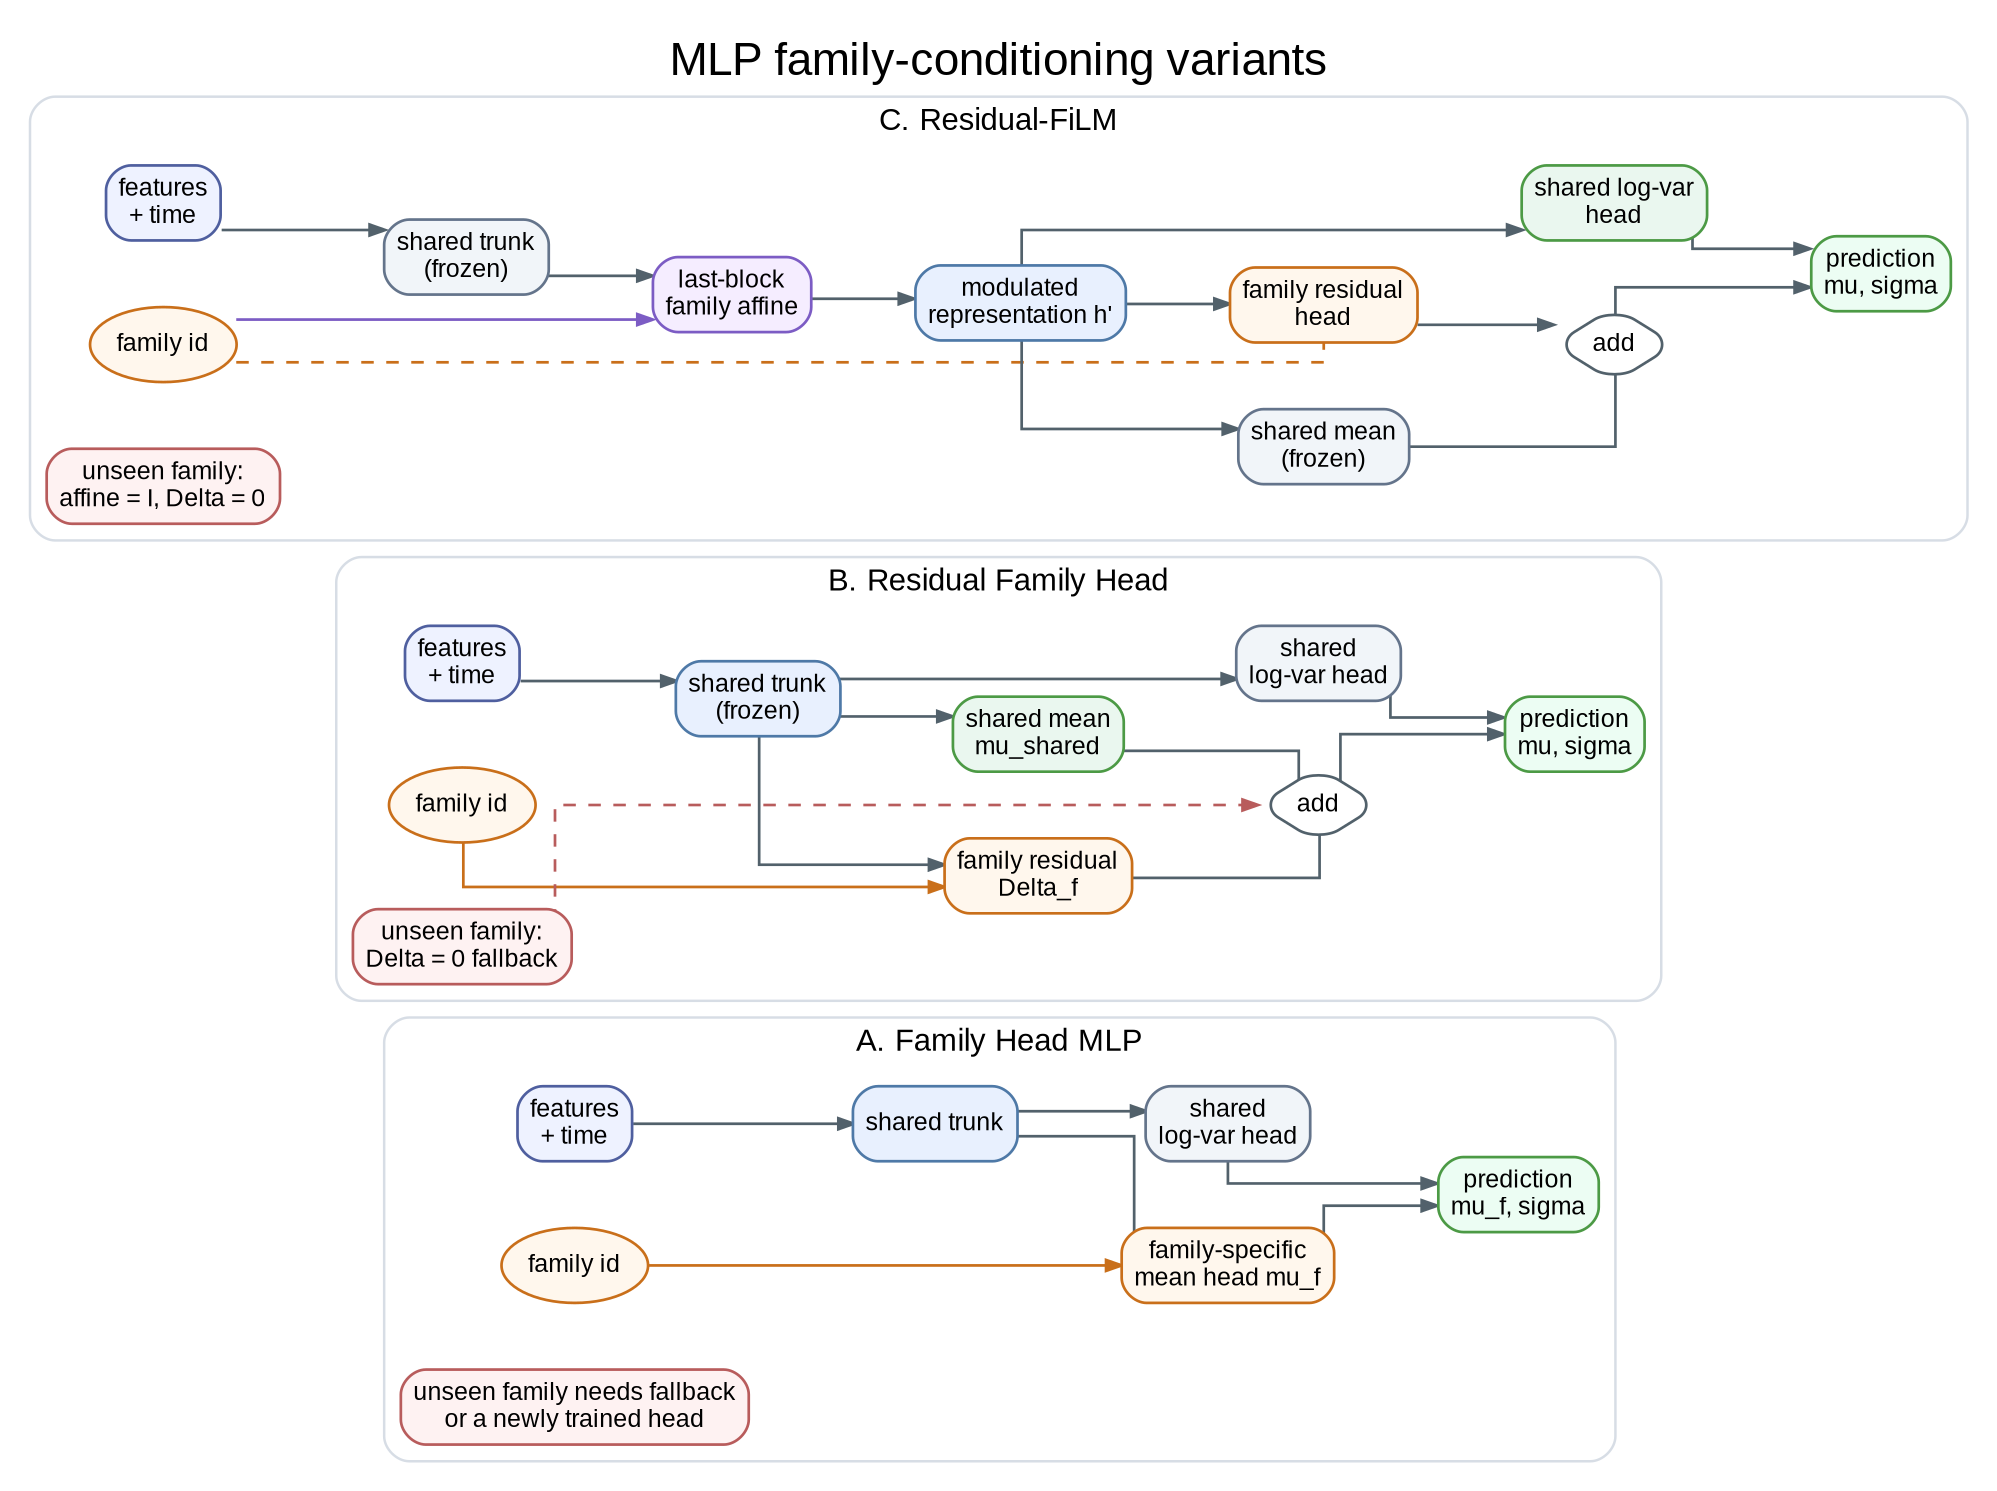
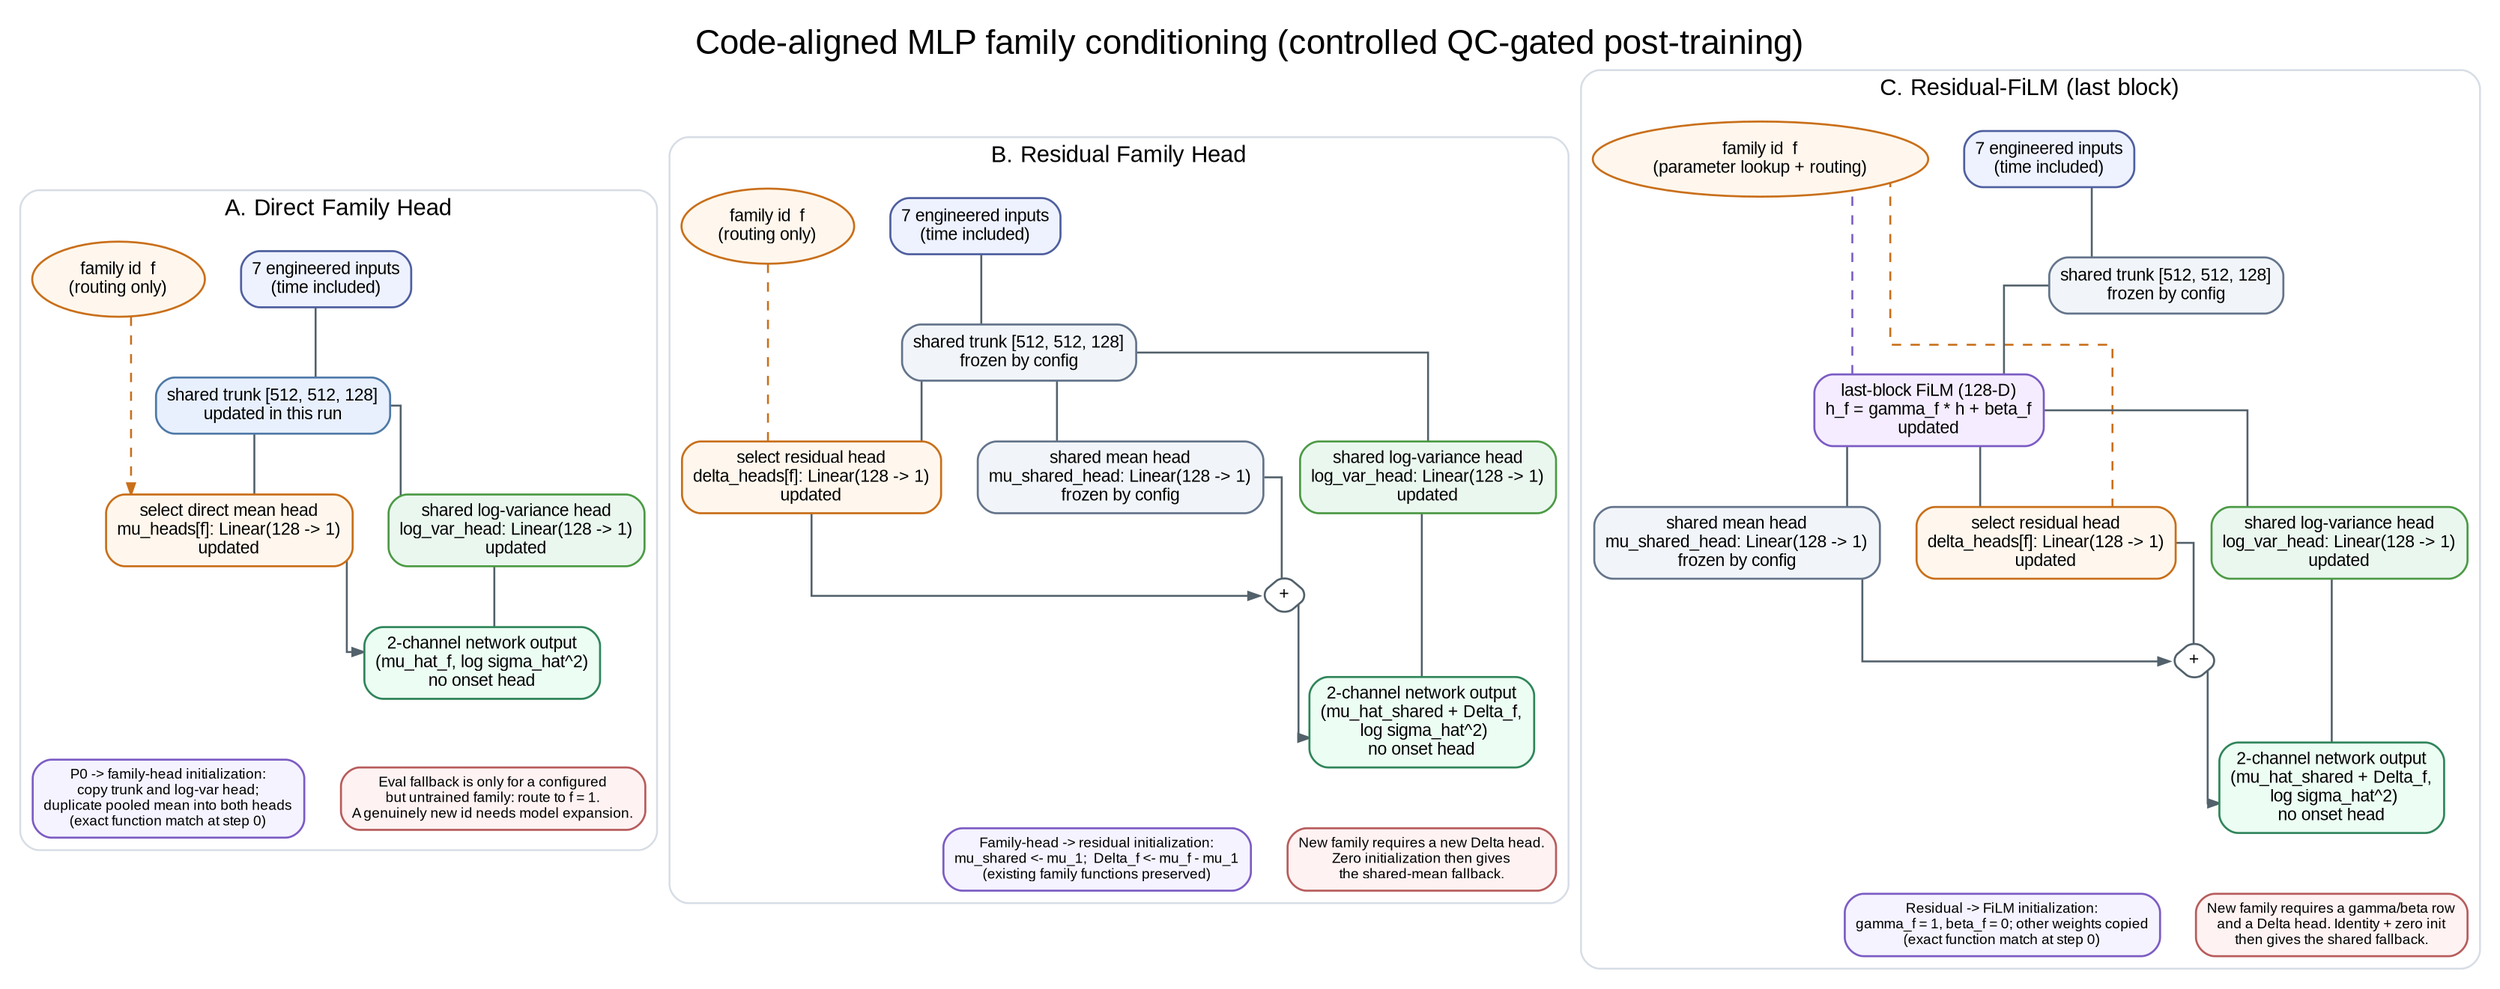
digraph MLPFamilyConditioning {
  graph [
-     rankdir=LR,
+     rankdir=TB,
    bgcolor="white",
-     pad="0.20",
-     nodesep="0.45",
-     ranksep="0.70",
+     pad="0.18",
+     nodesep="0.32",
+     ranksep="0.54",
    splines=ortho,
    pack=true,
    packmode="array_u3",
    outputorder=edgesfirst,
    fontname="Arial",
-     label="MLP family-conditioning variants",
+     label="Code-aligned MLP family conditioning (controlled QC-gated post-training)",
    labelloc=t,
    fontsize=22
  ];

  node [
    shape=box,
    style="rounded,filled",
    fontname="Arial",
-     fontsize=12,
+     fontsize=11,
    color="#52616b",
    penwidth=1.3,
    fillcolor="#f8fafc",
-     margin="0.09,0.06"
+     margin="0.10,0.07"
  ];

  edge [
    color="#52616b",
-     arrowsize=0.75,
-     penwidth=1.3,
+     arrowsize=0.72,
+     penwidth=1.25,
    fontname="Arial",
-     fontsize=10
+     fontsize=9
  ];

+   // The model returns exactly two channels: normalized mean and log-variance.
+   // family_id is appended as the last input channel, stripped before the trunk,
+   // and used only for routing / family-parameter lookup.
+ 
  subgraph cluster_family_head {
-     label="A. Family Head MLP";
+     label="A. Direct Family Head";
    color="#d7dde5";
    penwidth=1.2;
    style="rounded";
    fontname="Arial";
    fontsize=15;

-     fh_input [label="features\n+ time", fillcolor="#eef2ff", color="#4f5f9f"];
-     fh_family [label="family id", shape=ellipse, fillcolor="#fff7ed", color="#c96f1a"];
-     fh_trunk [label="shared trunk", fillcolor="#e8f0fe", color="#4e79a7"];
-     fh_heads [label="family-specific\nmean head mu_f", fillcolor="#fff7ed", color="#c96f1a"];
-     fh_var [label="shared\nlog-var head", fillcolor="#f1f5f9", color="#64748b"];
-     fh_out [label="prediction\nmu_f, sigma", fillcolor="#ecfdf3", color="#4c9a45"];
-     fh_note [label="unseen family needs fallback\nor a newly trained head", fillcolor="#fef2f2", color="#b85c5c"];
+     fh_input [label="7 engineered inputs\n(time included)", fillcolor="#eef2ff", color="#4f5f9f"];
+     fh_family [label="family id  f\n(routing only)", shape=ellipse, fillcolor="#fff7ed", color="#c96f1a"];
+     fh_trunk [label="shared trunk [512, 512, 128]\nupdated in this run", fillcolor="#e8f0fe", color="#4e79a7"];
+     fh_heads [label="select direct mean head\nmu_heads[f]: Linear(128 -> 1)\nupdated", fillcolor="#fff7ed", color="#c96f1a"];
+     fh_var [label="shared log-variance head\nlog_var_head: Linear(128 -> 1)\nupdated", fillcolor="#eaf7ef", color="#4c9a45"];
+     fh_out [label="2-channel network output\n(mu_hat_f, log sigma_hat^2)\nno onset head", fillcolor="#ecfdf3", color="#2f855a"];
+     fh_init [label="P0 -> family-head initialization:\ncopy trunk and log-var head;\nduplicate pooled mean into both heads\n(exact function match at step 0)", fillcolor="#f5f3ff", color="#7c5cc4", fontsize=9];
+     fh_note [label="Eval fallback is only for a configured\nbut untrained family: route to f = 1.\nA genuinely new id needs model expansion.", fillcolor="#fef2f2", color="#b85c5c", fontsize=9];

    { rank=same; fh_input; fh_family; }
+     { rank=same; fh_heads; fh_var; }
+     { rank=same; fh_init; fh_note; }
+ 
    fh_input:e -> fh_trunk:w;
-     fh_family:e -> fh_heads:w [color="#c96f1a", constraint=false];
    fh_trunk:e -> fh_heads:w;
    fh_trunk:e -> fh_var:w;
-     fh_heads:e -> fh_out:w;
-     fh_var:e -> fh_out:w;
-     // No deployment arrow here: the absence of a clean unseen-family fallback
-     // is the family-head caveat.
+     fh_family:s -> fh_heads:n [color="#c96f1a", style=dashed, xlabel="select f"];
+     fh_heads:e -> fh_out:w [xlabel="mu_hat"];
+     fh_var:e -> fh_out:w [xlabel="log-var"];
+     fh_out:s -> fh_init:n [style=invis];
+     fh_out:s -> fh_note:n [style=invis];
  }

  subgraph cluster_residual_fh {
    label="B. Residual Family Head";
    color="#d7dde5";
    penwidth=1.2;
    style="rounded";
    fontname="Arial";
    fontsize=15;

-     rfh_input [label="features\n+ time", fillcolor="#eef2ff", color="#4f5f9f"];
-     rfh_family [label="family id", shape=ellipse, fillcolor="#fff7ed", color="#c96f1a"];
-     rfh_trunk [label="shared trunk\n(frozen)", fillcolor="#e8f0fe", color="#4e79a7"];
-     rfh_shared [label="shared mean\nmu_shared", fillcolor="#eaf7ef", color="#4c9a45"];
-     rfh_delta [label="family residual\nDelta_f", fillcolor="#fff7ed", color="#c96f1a"];
-     rfh_sum [label="add", shape=diamond, fillcolor="#ffffff", color="#52616b"];
-     rfh_var [label="shared\nlog-var head", fillcolor="#f1f5f9", color="#64748b"];
-     rfh_out [label="prediction\nmu, sigma", fillcolor="#ecfdf3", color="#4c9a45"];
-     rfh_note [label="unseen family:\nDelta = 0 fallback", fillcolor="#fef2f2", color="#b85c5c"];
+     rfh_input [label="7 engineered inputs\n(time included)", fillcolor="#eef2ff", color="#4f5f9f"];
+     rfh_family [label="family id  f\n(routing only)", shape=ellipse, fillcolor="#fff7ed", color="#c96f1a"];
+     rfh_trunk [label="shared trunk [512, 512, 128]\nfrozen by config", fillcolor="#f1f5f9", color="#64748b"];
+     rfh_shared [label="shared mean head\nmu_shared_head: Linear(128 -> 1)\nfrozen by config", fillcolor="#f1f5f9", color="#64748b"];
+     rfh_delta [label="select residual head\ndelta_heads[f]: Linear(128 -> 1)\nupdated", fillcolor="#fff7ed", color="#c96f1a"];
+     rfh_sum [label="+", shape=diamond, fillcolor="#ffffff", color="#52616b", width=0.45, height=0.38, margin="0.02,0.01"];
+     rfh_var [label="shared log-variance head\nlog_var_head: Linear(128 -> 1)\nupdated", fillcolor="#eaf7ef", color="#4c9a45"];
+     rfh_out [label="2-channel network output\n(mu_hat_shared + Delta_f,\n log sigma_hat^2)\nno onset head", fillcolor="#ecfdf3", color="#2f855a"];
+     rfh_init [label="Family-head -> residual initialization:\nmu_shared <- mu_1;  Delta_f <- mu_f - mu_1\n(existing family functions preserved)", fillcolor="#f5f3ff", color="#7c5cc4", fontsize=9];
+     rfh_note [label="New family requires a new Delta head.\nZero initialization then gives\nthe shared-mean fallback.", fillcolor="#fef2f2", color="#b85c5c", fontsize=9];

    { rank=same; rfh_input; rfh_family; }
+     { rank=same; rfh_shared; rfh_delta; rfh_var; }
+     { rank=same; rfh_init; rfh_note; }
+ 
    rfh_input:e -> rfh_trunk:w;
-     rfh_family:e -> rfh_delta:w [color="#c96f1a", constraint=false];
    rfh_trunk:e -> rfh_shared:w;
    rfh_trunk:e -> rfh_delta:w;
+     rfh_trunk:e -> rfh_var:w;
+     rfh_family:e -> rfh_delta:w [color="#c96f1a", style=dashed, xlabel="select f", constraint=false];
    rfh_shared:e -> rfh_sum:w;
    rfh_delta:e -> rfh_sum:w;
-     rfh_sum:e -> rfh_out:w;
-     rfh_trunk:e -> rfh_var:w;
-     rfh_var:e -> rfh_out:w;
-     rfh_note:e -> rfh_sum:w [style=dashed, color="#b85c5c", constraint=false, xlabel="Delta=0"];
+     rfh_sum:e -> rfh_out:w [xlabel="mu_hat"];
+     rfh_var:e -> rfh_out:w [xlabel="log-var"];
+     rfh_out:s -> rfh_init:n [style=invis];
+     rfh_out:s -> rfh_note:n [style=invis];
  }

  subgraph cluster_residual_film {
-     label="C. Residual-FiLM";
+     label="C. Residual-FiLM (last block)";
    color="#d7dde5";
    penwidth=1.2;
    style="rounded";
    fontname="Arial";
    fontsize=15;

-     film_input [label="features\n+ time", fillcolor="#eef2ff", color="#4f5f9f"];
-     film_family [label="family id", shape=ellipse, fillcolor="#fff7ed", color="#c96f1a"];
-     film_trunk_a [label="shared trunk\n(frozen)", fillcolor="#f1f5f9", color="#64748b"];
-     film_adapter [label="last-block\nfamily affine", fillcolor="#f5edff", color="#7c5cc4"];
-     film_trunk_b [label="modulated\nrepresentation h'", fillcolor="#e8f0fe", color="#4e79a7"];
-     film_shared [label="shared mean\n(frozen)", fillcolor="#f1f5f9", color="#64748b"];
-     film_delta [label="family residual\nhead", fillcolor="#fff7ed", color="#c96f1a"];
-     film_sum [label="add", shape=diamond, fillcolor="#ffffff", color="#52616b"];
-     film_var [label="shared log-var\nhead", fillcolor="#eaf7ef", color="#4c9a45"];
-     film_out [label="prediction\nmu, sigma", fillcolor="#ecfdf3", color="#4c9a45"];
-     film_note [label="unseen family:\naffine = I, Delta = 0", fillcolor="#fef2f2", color="#b85c5c"];
+     film_input [label="7 engineered inputs\n(time included)", fillcolor="#eef2ff", color="#4f5f9f"];
+     film_family [label="family id  f\n(parameter lookup + routing)", shape=ellipse, fillcolor="#fff7ed", color="#c96f1a"];
+     film_trunk [label="shared trunk [512, 512, 128]\nfrozen by config", fillcolor="#f1f5f9", color="#64748b"];
+     film_adapter [label="last-block FiLM (128-D)\nh_f = gamma_f * h + beta_f\nupdated", fillcolor="#f5edff", color="#7c5cc4"];
+     film_shared [label="shared mean head\nmu_shared_head: Linear(128 -> 1)\nfrozen by config", fillcolor="#f1f5f9", color="#64748b"];
+     film_delta [label="select residual head\ndelta_heads[f]: Linear(128 -> 1)\nupdated", fillcolor="#fff7ed", color="#c96f1a"];
+     film_sum [label="+", shape=diamond, fillcolor="#ffffff", color="#52616b", width=0.45, height=0.38, margin="0.02,0.01"];
+     film_var [label="shared log-variance head\nlog_var_head: Linear(128 -> 1)\nupdated", fillcolor="#eaf7ef", color="#4c9a45"];
+     film_out [label="2-channel network output\n(mu_hat_shared + Delta_f,\n log sigma_hat^2)\nno onset head", fillcolor="#ecfdf3", color="#2f855a"];
+     film_init [label="Residual -> FiLM initialization:\ngamma_f = 1, beta_f = 0; other weights copied\n(exact function match at step 0)", fillcolor="#f5f3ff", color="#7c5cc4", fontsize=9];
+     film_note [label="New family requires a gamma/beta row\nand a Delta head. Identity + zero init\nthen gives the shared fallback.", fillcolor="#fef2f2", color="#b85c5c", fontsize=9];

    { rank=same; film_input; film_family; }
-     film_input:e -> film_trunk_a:w;
-     film_family:e -> film_adapter:w [color="#7c5cc4", constraint=false];
-     film_family:e -> film_delta:w [style=dashed, color="#c96f1a", constraint=false];
-     film_trunk_a:e -> film_adapter:w;
-     film_adapter:e -> film_trunk_b:w;
-     film_trunk_b:e -> film_shared:w;
-     film_trunk_b:e -> film_delta:w;
-     film_trunk_b:e -> film_var:w;
+     { rank=same; film_shared; film_delta; film_var; }
+     { rank=same; film_init; film_note; }
+ 
+     film_input:e -> film_trunk:w;
+     film_trunk:e -> film_adapter:w;
+     film_family:e -> film_adapter:w [color="#7c5cc4", style=dashed, xlabel="gamma_f, beta_f", constraint=false];
+     film_adapter:e -> film_shared:w;
+     film_adapter:e -> film_delta:w;
+     film_adapter:e -> film_var:w;
+     film_family:e -> film_delta:w [color="#c96f1a", style=dashed, xlabel="select f", constraint=false];
    film_shared:e -> film_sum:w;
    film_delta:e -> film_sum:w;
-     film_sum:e -> film_out:w;
-     film_var:e -> film_out:w;
+     film_sum:e -> film_out:w [xlabel="mu_hat"];
+     film_var:e -> film_out:w [xlabel="log-var"];
+     film_out:s -> film_init:n [style=invis];
+     film_out:s -> film_note:n [style=invis];
  }
}
